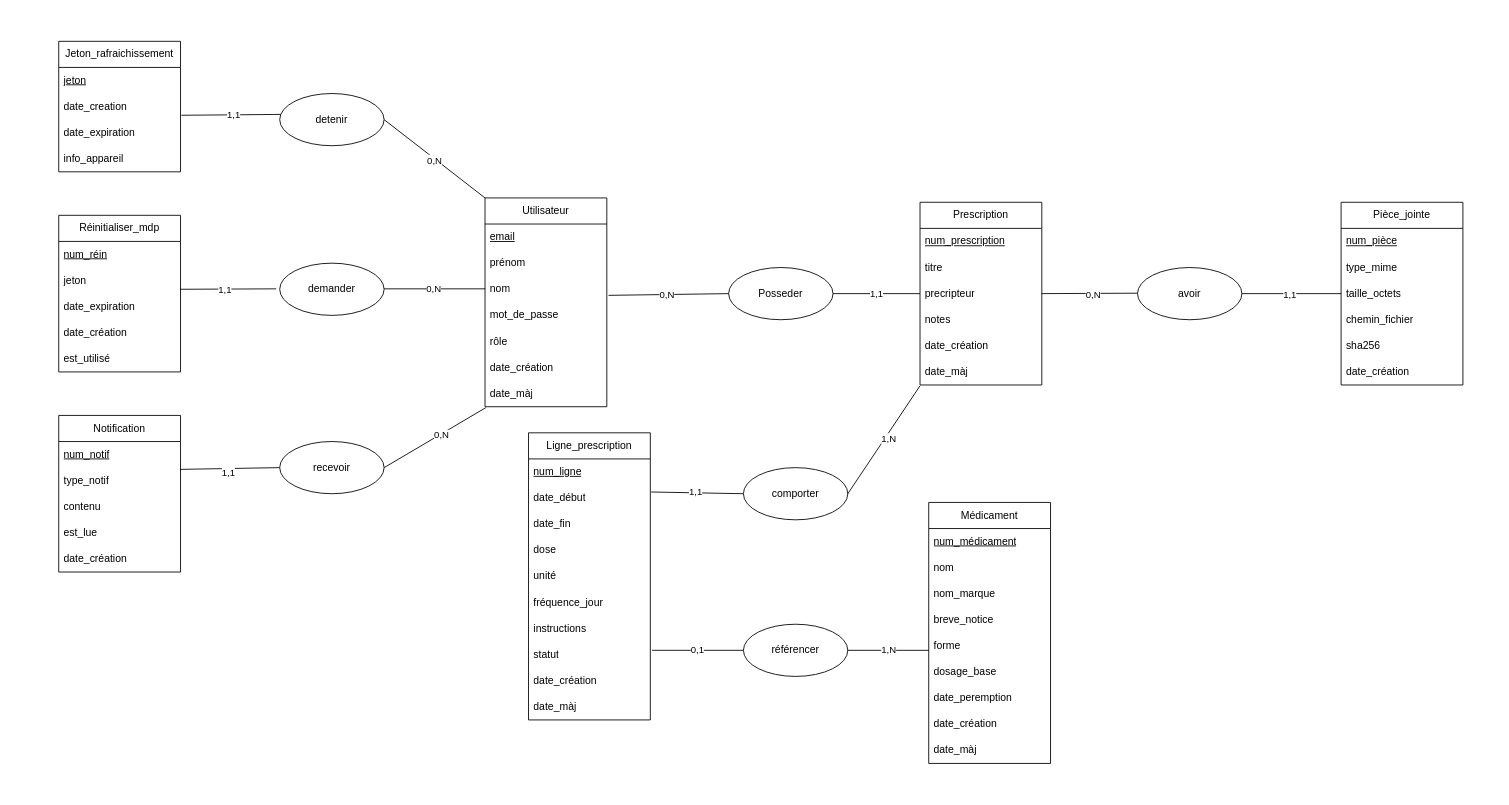
The draw.io diagram docs/conception/mcd.drawio in HJuddith/OrdoLite-API, before the edit. Source tidied: cells renumbered, new cells numbered last; positions are measured from the earlier drawing's top-left corner, leaving out a move shared by most shapes. Both pictures are drawn from the tidied source at 87%, with x=0, y=0 at pixel (58, 41).
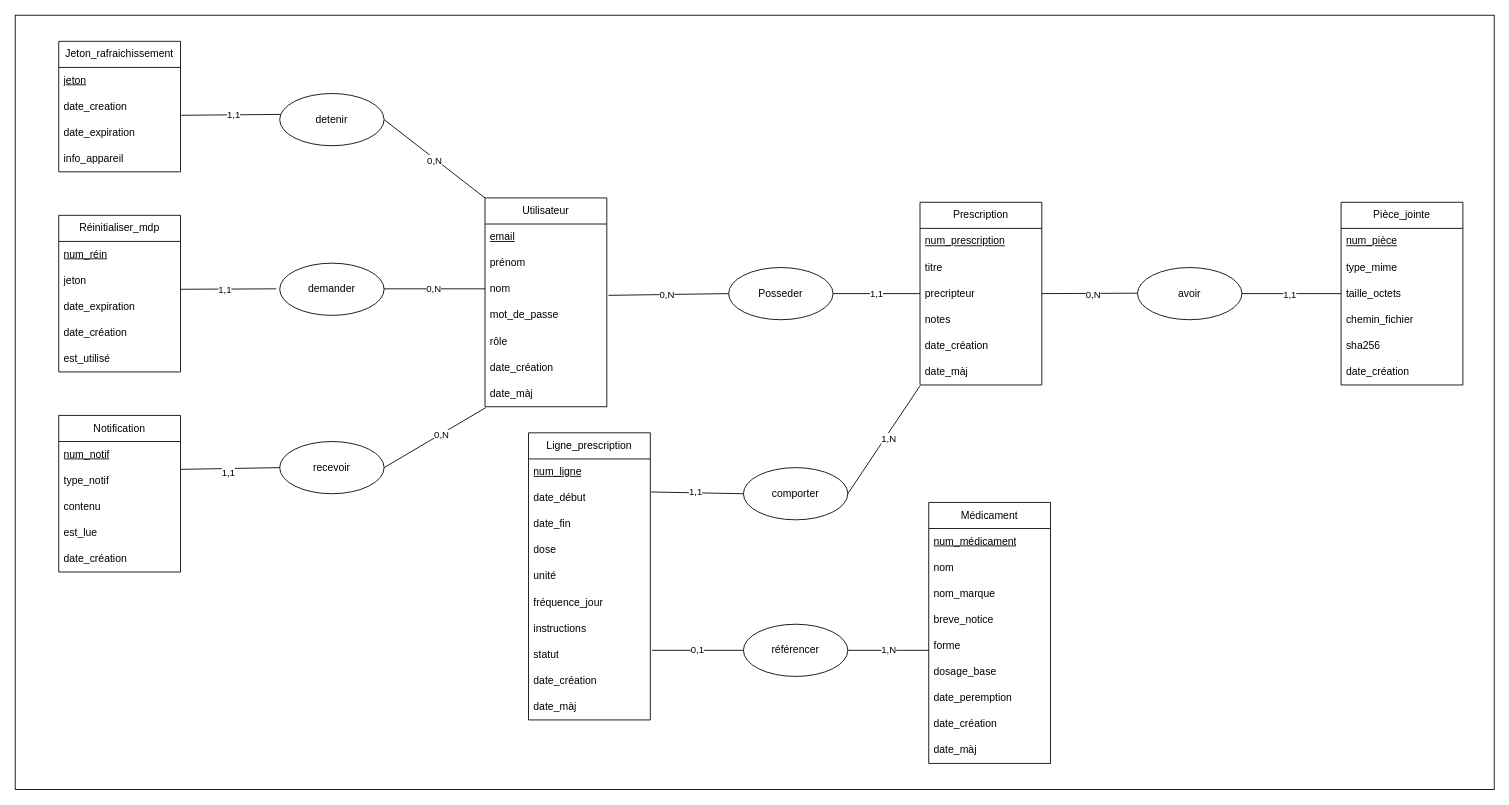
The same diagram, later.

Diff of the diagram source:
```diff
@@
+    <mxCell id="96" style="rounded=0;whiteSpace=wrap;html=1;" parent="1" vertex="1">
+      <mxGeometry x="-50" y="-30" width="1700" height="890" as="geometry" />
+    </mxCell>
```
